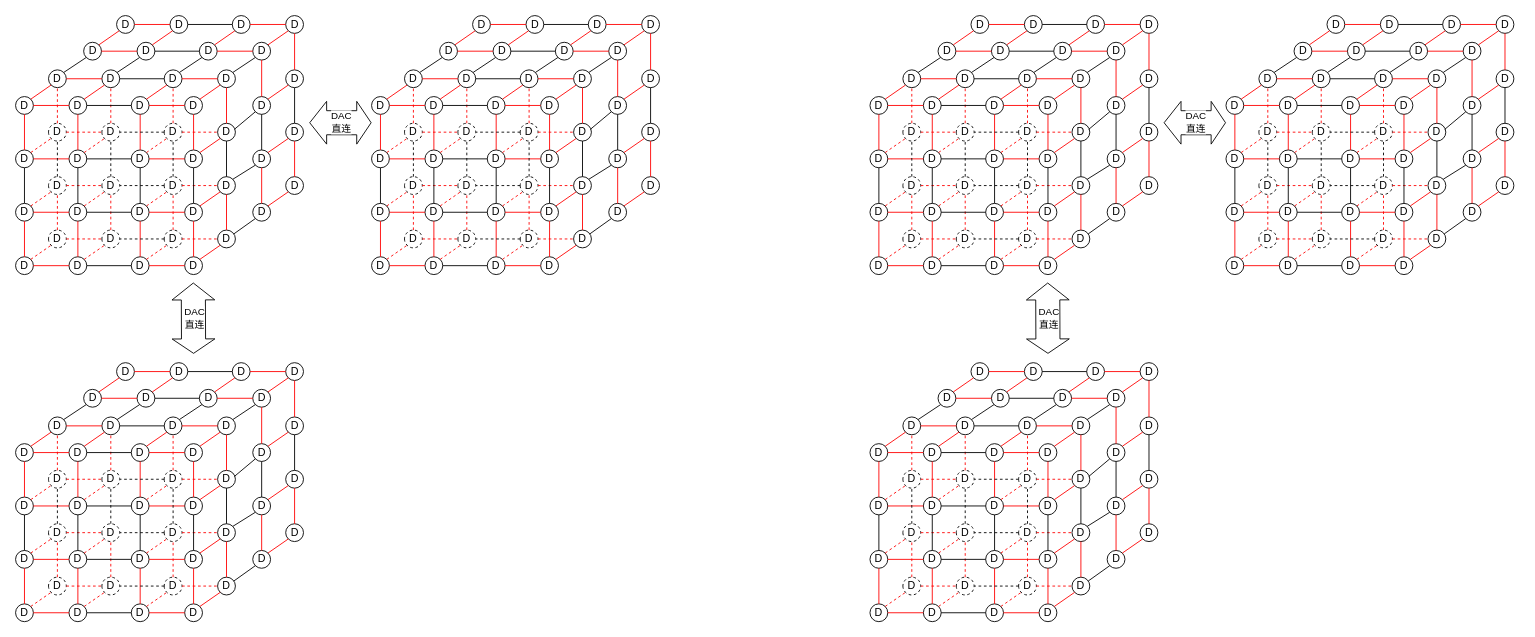
The draw.io diagram TC2LINK/TOURS/T2_LINK_Tours.drawio in BEYHHH/SBLP, before the edit. Source tidied: cells renumbered, new cells numbered last; positions are measured from the earlier drawing's top-left corner, leaving out a move shared by most shapes. Both pictures are drawn from the tidied source at 89%, with x=0, y=0 at pixel (15, 15).
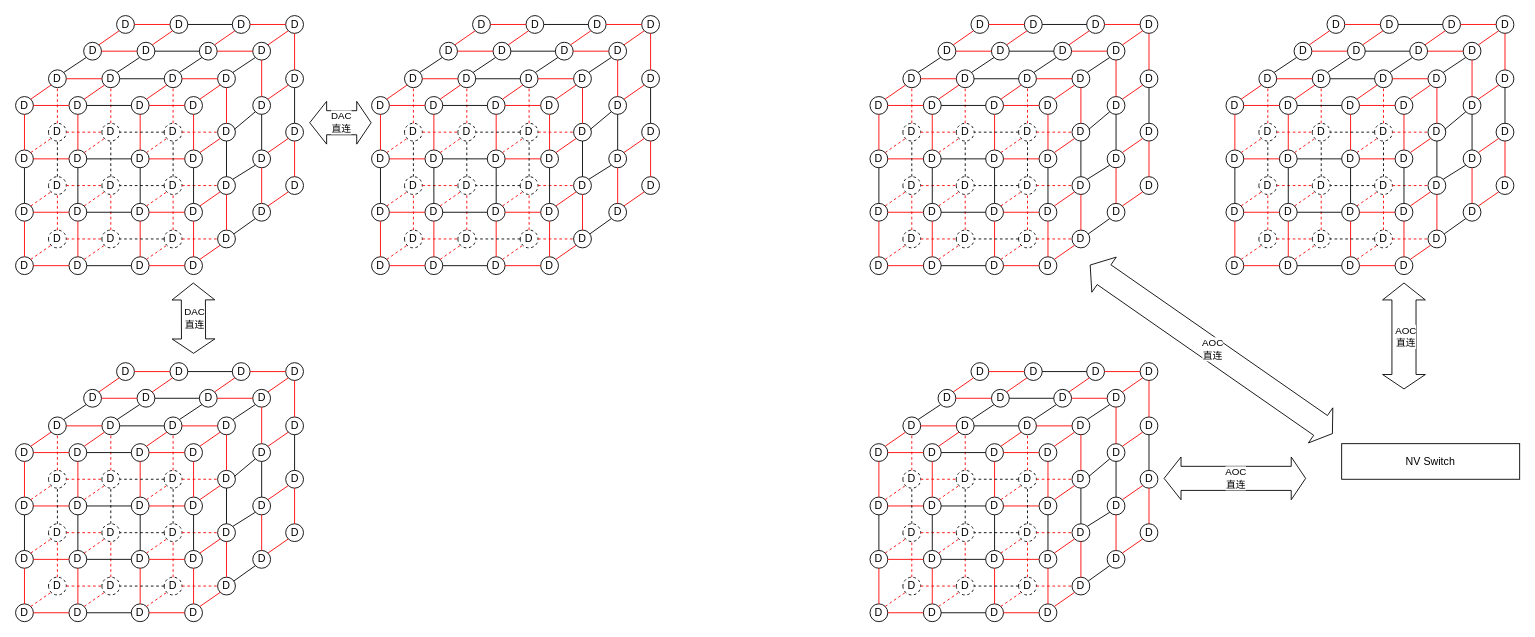
The same diagram, later.

What changed in the source:
```diff
@@
-    <mxCell id="686" style="shape=flexArrow;endArrow=classic;startArrow=classic;html=1;rounded=0;width=27.058823529411764;startSize=5.0588235294117645;" parent="1" edge="1">
-      <mxGeometry relative="1" as="geometry">
-        <mxPoint x="1160" y="380" as="sourcePoint" />
-        <mxPoint x="1159.7" y="300" as="targetPoint" />
-      </mxGeometry>
-    </mxCell>
-    <mxCell id="687" value="DAC&lt;div&gt;直连&lt;/div&gt;" style="edgeLabel;html=1;align=center;verticalAlign=middle;" parent="686" vertex="1">
-      <mxGeometry y="-1" relative="1" as="geometry" />
-    </mxCell>
@@
     <mxCell id="824" style="shape=flexArrow;endArrow=classic;startArrow=classic;html=1;rounded=0;width=27.058823529411764;startSize=5.0588235294117645;" parent="1" edge="1">
       <mxGeometry relative="1" as="geometry">
-        <mxPoint x="1360" y="120.4" as="sourcePoint" />
-        <mxPoint x="1290" y="120.4" as="targetPoint" />
+        <mxPoint x="1560" y="420" as="sourcePoint" />
+        <mxPoint x="1560" y="300" as="targetPoint" />
       </mxGeometry>
     </mxCell>
-    <mxCell id="825" value="DAC&lt;div&gt;直连&lt;/div&gt;" style="edgeLabel;html=1;align=center;verticalAlign=middle;" parent="824" vertex="1">
+    <mxCell id="825" value="AOC&lt;div&gt;&lt;div&gt;直连&lt;/div&gt;&lt;/div&gt;" style="edgeLabel;html=1;align=center;verticalAlign=middle;" parent="824" vertex="1">
       <mxGeometry y="-1" relative="1" as="geometry" />
     </mxCell>
+    <mxCell id="826" value="NV Switch" style="rounded=0;whiteSpace=wrap;html=1;" parent="1" vertex="1">
+      <mxGeometry x="1490" y="481" width="200" height="40" as="geometry" />
+    </mxCell>
+    <mxCell id="827" style="shape=flexArrow;endArrow=classic;startArrow=classic;html=1;rounded=0;width=27.058823529411764;startSize=5.0588235294117645;" parent="1" edge="1">
+      <mxGeometry relative="1" as="geometry">
+        <mxPoint x="1480" y="470" as="sourcePoint" />
+        <mxPoint x="1207" y="280" as="targetPoint" />
+      </mxGeometry>
+    </mxCell>
+    <mxCell id="828" value="AOC&lt;div&gt;直连&lt;/div&gt;" style="edgeLabel;html=1;align=center;verticalAlign=middle;" parent="827" vertex="1">
+      <mxGeometry y="-1" relative="1" as="geometry" />
+    </mxCell>
+    <mxCell id="829" style="shape=flexArrow;endArrow=classic;startArrow=classic;html=1;rounded=0;width=27.058823529411764;startSize=5.0588235294117645;" parent="1" edge="1">
+      <mxGeometry relative="1" as="geometry">
+        <mxPoint x="1450" y="520" as="sourcePoint" />
+        <mxPoint x="1290" y="520" as="targetPoint" />
+      </mxGeometry>
+    </mxCell>
+    <mxCell id="830" value="AOC&lt;div&gt;&lt;div&gt;直连&lt;/div&gt;&lt;/div&gt;" style="edgeLabel;html=1;align=center;verticalAlign=middle;" parent="829" vertex="1">
+      <mxGeometry y="-1" relative="1" as="geometry" />
+    </mxCell>
```
